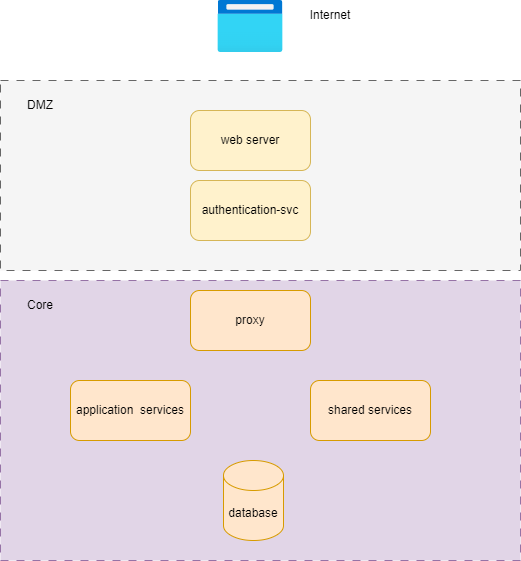
The draw.io diagram assets/msr-components.png in rphukan/msr-documentation, before a commit. Source tidied: cells renumbered, new cells last; positions are measured from the earlier drawing's top-left corner, leaving out a move shared by most shapes. Its diagram source:
```xml
<mxGraphModel>
  <root>
    <mxCell id="0" />
    <mxCell id="1" parent="0" />
    <mxCell id="2" style="rounded=0;whiteSpace=wrap;html=1;dashed=1;dashPattern=8 8;fillColor=#f5f5f5;fontColor=#333333;strokeColor=#666666;" parent="1" vertex="1">
      <mxGeometry y="80" width="520" height="190" as="geometry" />
    </mxCell>
    <mxCell id="3" style="rounded=0;whiteSpace=wrap;html=1;dashed=1;dashPattern=8 8;fillColor=#e1d5e7;strokeColor=#9673a6;" parent="1" vertex="1">
      <mxGeometry y="280" width="520" height="280" as="geometry" />
    </mxCell>
    <mxCell id="4" value="DMZ" style="text;html=1;align=center;verticalAlign=middle;whiteSpace=wrap;rounded=0;" parent="1" vertex="1">
      <mxGeometry x="10" y="90" width="60" height="30" as="geometry" />
    </mxCell>
    <mxCell id="5" value="Core" style="text;html=1;align=center;verticalAlign=middle;whiteSpace=wrap;rounded=0;" parent="1" vertex="1">
      <mxGeometry x="10" y="290" width="60" height="30" as="geometry" />
    </mxCell>
    <mxCell id="6" value="authentication-svc" style="rounded=1;whiteSpace=wrap;html=1;fillColor=#fff2cc;strokeColor=#d6b656;" parent="1" vertex="1">
      <mxGeometry x="190" y="180" width="120" height="60" as="geometry" />
    </mxCell>
    <mxCell id="7" value="web server" style="rounded=1;whiteSpace=wrap;html=1;fillColor=#fff2cc;strokeColor=#d6b656;" parent="1" vertex="1">
      <mxGeometry x="190" y="110" width="120" height="60" as="geometry" />
    </mxCell>
    <mxCell id="8" value="proxy" style="rounded=1;whiteSpace=wrap;html=1;fillColor=#ffe6cc;strokeColor=#d79b00;" parent="1" vertex="1">
      <mxGeometry x="190" y="290" width="120" height="60" as="geometry" />
    </mxCell>
    <mxCell id="9" value="application&amp;nbsp; services" style="rounded=1;whiteSpace=wrap;html=1;fillColor=#ffe6cc;strokeColor=#d79b00;" parent="1" vertex="1">
      <mxGeometry x="70" y="380" width="120" height="60" as="geometry" />
    </mxCell>
    <mxCell id="10" value="shared services" style="rounded=1;whiteSpace=wrap;html=1;fillColor=#ffe6cc;strokeColor=#d79b00;" parent="1" vertex="1">
      <mxGeometry x="310" y="380" width="120" height="60" as="geometry" />
    </mxCell>
    <mxCell id="11" style="image;html=1;align=center;fontSize=12;image=img/lib/azure2/general/Browser.svg;" parent="1" vertex="1">
      <mxGeometry x="217.5" width="65" height="52" as="geometry" />
    </mxCell>
    <mxCell id="12" value="Internet" style="text;html=1;align=center;verticalAlign=middle;whiteSpace=wrap;rounded=0;" parent="1" vertex="1">
      <mxGeometry x="300" width="60" height="30" as="geometry" />
    </mxCell>
    <mxCell id="13" value="database" style="shape=cylinder3;whiteSpace=wrap;html=1;boundedLbl=1;backgroundOutline=1;size=15;fillColor=#ffe6cc;strokeColor=#d79b00;" parent="1" vertex="1">
      <mxGeometry x="223" y="460" width="60" height="80" as="geometry" />
    </mxCell>
  </root>
</mxGraphModel>
```
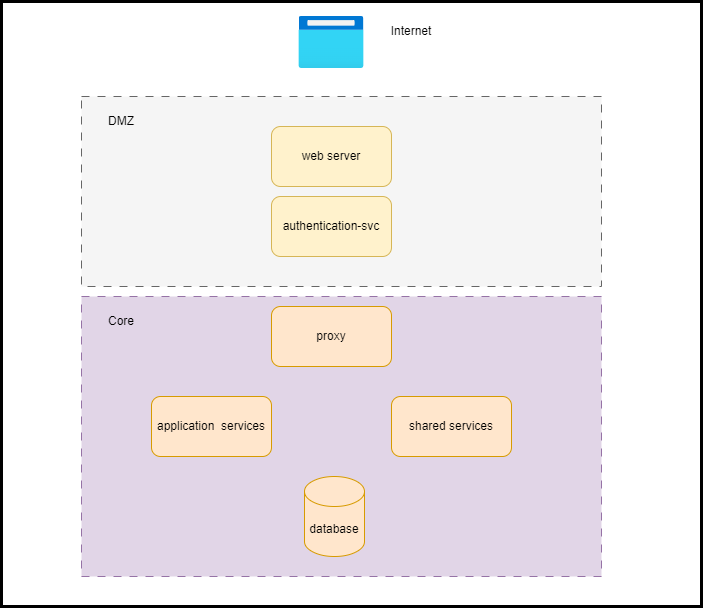
The same file after the commit.

What changed in the source:
```diff
@@ -2,6 +2,9 @@
   <root>
     <mxCell id="0" />
     <mxCell id="1" parent="0" />
+    <mxCell id="14" style="rounded=0;whiteSpace=wrap;html=1;strokeWidth=3;" parent="1" vertex="1">
+      <mxGeometry x="-80" y="-15" width="700" height="605" as="geometry" />
+    </mxCell>
     <mxCell id="2" style="rounded=0;whiteSpace=wrap;html=1;dashed=1;dashPattern=8 8;fillColor=#f5f5f5;fontColor=#333333;strokeColor=#666666;" parent="1" vertex="1">
       <mxGeometry y="80" width="520" height="190" as="geometry" />
     </mxCell>
```
